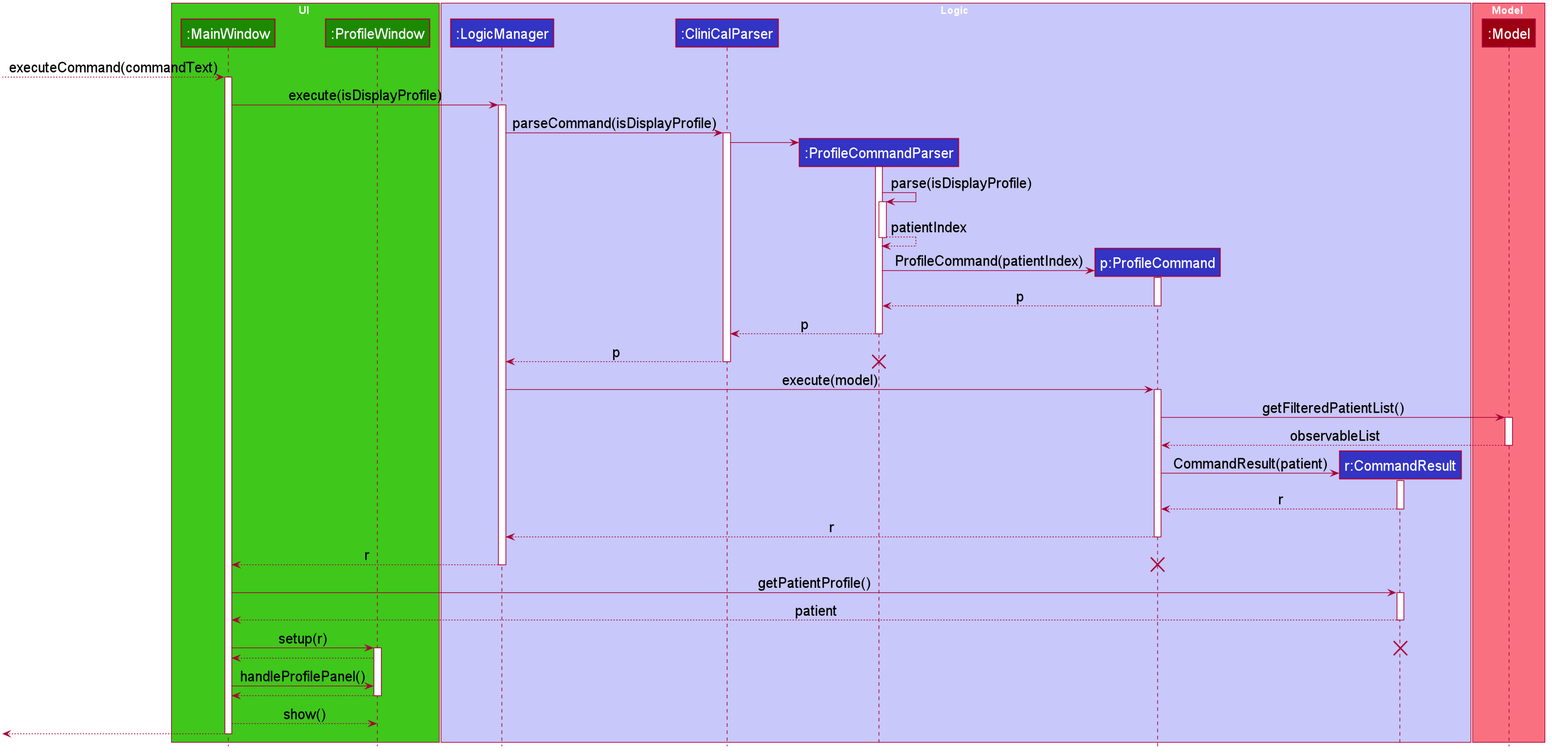
The PlantUML diagram docs/images/ProfileCommandSequenceDiagram.png in nus-cs2103-AY2021S1/tp, before a commit. Its diagram source:
```plantuml
@startuml
skinparam defaultFontSize 20








skinparam BackgroundColor #FFFFFFF

skinparam Shadowing false

skinparam Class {
    FontColor #FFFFFF
    BorderThickness 1
    BorderColor #FFFFFF
    StereotypeFontColor #FFFFFF
    FontName Arial
}

skinparam Actor {
    BorderColor #000000
    Color #000000
    FontName Arial
}

skinparam Sequence {
    MessageAlign center
    BoxFontSize 15
    BoxPadding 0
    BoxFontColor #FFFFFF
    FontName Arial
}

skinparam Participant {
    FontColor #FFFFFFF
    Padding 20
}

skinparam MinClassWidth 50
skinparam ParticipantPadding 10
skinparam Shadowing false
skinparam DefaultTextAlignment center
skinparam packageStyle Rectangle

hide footbox
hide members
hide circle
box UI #3FC71B
participant ":MainWindow" as MainWindow #1D8900
participant ":ProfileWindow" as ProfileWindow #1D8900
end box

box Logic #C8C8FA
participant ":LogicManager" as LogicManager #3333C4
participant ":CliniCalParser" as CliniCalParser #3333C4
participant ":ProfileCommandParser" as ProfileCommandParser #3333C4
participant "p:ProfileCommand" as ProfileCommand #3333C4
participant "r:CommandResult" as CommandResult #3333C4
end box

box Model #F97181
participant ":Model" as Model #9D0012
end box

[--> MainWindow : executeCommand(commandText)
activate MainWindow

MainWindow -> LogicManager : execute(isDisplayProfile)
activate LogicManager

LogicManager -> CliniCalParser : parseCommand(isDisplayProfile)
activate CliniCalParser

create ProfileCommandParser
CliniCalParser -> ProfileCommandParser
activate ProfileCommandParser

ProfileCommandParser -> ProfileCommandParser : parse(isDisplayProfile)
activate ProfileCommandParser

ProfileCommandParser <-- ProfileCommandParser : patientIndex
deactivate ProfileCommandParser

create ProfileCommand
ProfileCommandParser -> ProfileCommand : ProfileCommand(patientIndex)
activate ProfileCommand

ProfileCommand --> ProfileCommandParser : p
deactivate ProfileCommand

ProfileCommandParser --> CliniCalParser : p
deactivate ProfileCommandParser

CliniCalParser --> LogicManager : p
deactivate CliniCalParser
destroy ProfileCommandParser

LogicManager -> ProfileCommand : execute(model)
activate ProfileCommand

ProfileCommand -> Model : getFilteredPatientList()
activate Model

ProfileCommand <-- Model: observableList
deactivate Model

create CommandResult
ProfileCommand -> CommandResult : CommandResult(patient)
activate CommandResult

ProfileCommand <-- CommandResult : r
deactivate CommandResult

ProfileCommand --> LogicManager : r
deactivate ProfileCommand

LogicManager --> MainWindow : r
deactivate LogicManager
destroy ProfileCommand

MainWindow -> CommandResult : getPatientProfile()
activate CommandResult

MainWindow <-- CommandResult : patient
deactivate CommandResult

MainWindow -> ProfileWindow : setup(r)
destroy CommandResult
activate ProfileWindow

MainWindow <-- ProfileWindow
MainWindow -> ProfileWindow : handleProfilePanel()
MainWindow <-- ProfileWindow
deactivate ProfileWindow

MainWindow --> ProfileWindow : show()

[<--MainWindow
deactivate MainWindow

@enduml
```
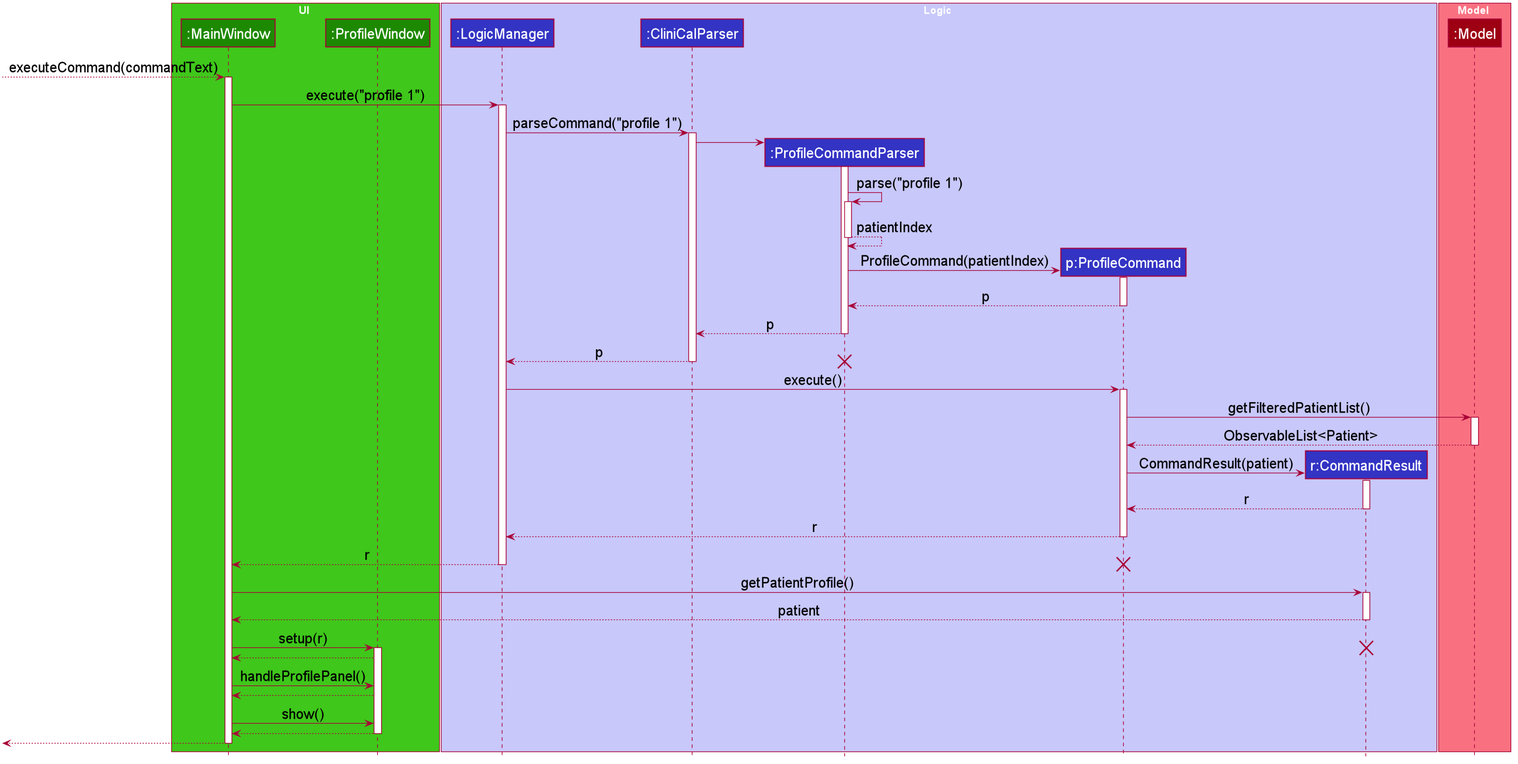
After the change.

The edit, as a diff of the source:
```diff
@@ -68,17 +68,17 @@
 [--> MainWindow : executeCommand(commandText)
 activate MainWindow
 
-MainWindow -> LogicManager : execute(isDisplayProfile)
+MainWindow -> LogicManager : execute("profile 1")
 activate LogicManager
 
-LogicManager -> CliniCalParser : parseCommand(isDisplayProfile)
+LogicManager -> CliniCalParser : parseCommand("profile 1")
 activate CliniCalParser
 
 create ProfileCommandParser
 CliniCalParser -> ProfileCommandParser
 activate ProfileCommandParser
 
-ProfileCommandParser -> ProfileCommandParser : parse(isDisplayProfile)
+ProfileCommandParser -> ProfileCommandParser : parse("profile 1")
 activate ProfileCommandParser
 
 ProfileCommandParser <-- ProfileCommandParser : patientIndex
@@ -98,13 +98,13 @@
 deactivate CliniCalParser
 destroy ProfileCommandParser
 
-LogicManager -> ProfileCommand : execute(model)
+LogicManager -> ProfileCommand : execute()
 activate ProfileCommand
 
 ProfileCommand -> Model : getFilteredPatientList()
 activate Model
 
-ProfileCommand <-- Model: observableList
+ProfileCommand <-- Model: ObservableList<Patient>
 deactivate Model
 
 create CommandResult
@@ -134,9 +134,9 @@
 MainWindow <-- ProfileWindow
 MainWindow -> ProfileWindow : handleProfilePanel()
 MainWindow <-- ProfileWindow
+MainWindow -> ProfileWindow : show()
+MainWindow <-- ProfileWindow
 deactivate ProfileWindow
-
-MainWindow --> ProfileWindow : show()
 
 [<--MainWindow
 deactivate MainWindow
```
